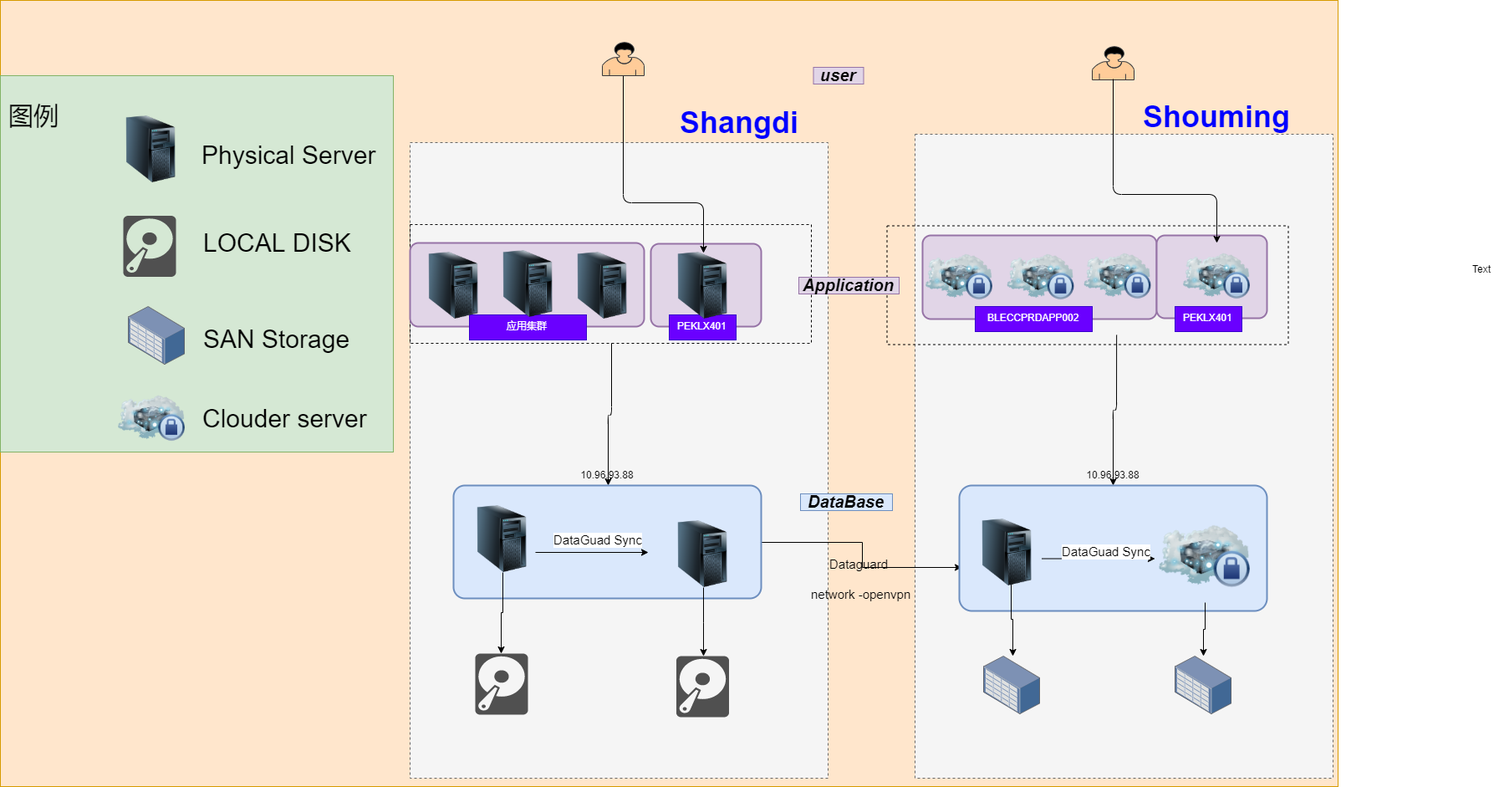
Before: ECC.png, a diagram exported from draw.io (qinghuiguo/my_python). Source tidied: cells renumbered, new cells last; positions are measured from the earlier drawing's top-left corner, leaving out a move shared by most shapes. The source it was exported from:
```xml
<mxGraphModel>
  <root>
    <mxCell id="0" />
    <mxCell id="1" parent="0" />
    <mxCell id="2" style="rounded=0;whiteSpace=wrap;html=1;strokeWidth=1;fillColor=#ffe6cc;strokeColor=#d79b00;" parent="1" vertex="1">
      <mxGeometry width="1600" height="940" as="geometry" />
    </mxCell>
    <mxCell id="3" style="rounded=0;whiteSpace=wrap;html=1;strokeWidth=1;fillColor=#d5e8d4;strokeColor=#82b366;" parent="1" vertex="1">
      <mxGeometry y="90" width="470" height="450" as="geometry" />
    </mxCell>
    <mxCell id="4" style="rounded=0;whiteSpace=wrap;html=1;dashed=1;strokeWidth=1;fillColor=#f5f5f5;strokeColor=#666666;fontColor=#333333;" parent="1" vertex="1">
      <mxGeometry x="1094" y="160" width="500" height="770" as="geometry" />
    </mxCell>
    <mxCell id="5" style="rounded=0;whiteSpace=wrap;html=1;dashed=1;strokeWidth=1;fillColor=#f5f5f5;strokeColor=#666666;fontColor=#333333;" parent="1" vertex="1">
      <mxGeometry x="490" y="170" width="500" height="760" as="geometry" />
    </mxCell>
    <mxCell id="6" style="rounded=0;whiteSpace=wrap;html=1;shadow=0;fillColor=none;fontSize=12;fontColor=#000000;align=center;dashed=1;" parent="1" vertex="1">
      <mxGeometry x="1060.5" y="269.5" width="480" height="142" as="geometry" />
    </mxCell>
    <mxCell id="7" style="rounded=1;arcSize=10;strokeWidth=2;fillColor=#e1d5e7;strokeColor=#9673a6;shadow=0;" parent="1" vertex="1">
      <mxGeometry x="1103" y="281" width="280" height="100" as="geometry" />
    </mxCell>
    <mxCell id="8" style="rounded=0;whiteSpace=wrap;html=1;shadow=0;fillColor=none;fontSize=12;fontColor=#000000;align=center;dashed=1;" parent="1" vertex="1">
      <mxGeometry x="490" y="268" width="480" height="142" as="geometry" />
    </mxCell>
    <mxCell id="9" style="edgeStyle=orthogonalEdgeStyle;rounded=1;jettySize=auto;html=1;fontSize=12;fontColor=#000000;entryX=0.5;entryY=0;entryDx=0;entryDy=0;" parent="1" edge="1" source="8" target="13">
      <mxGeometry relative="1" as="geometry" />
    </mxCell>
    <mxCell id="10" style="rounded=1;arcSize=10;strokeWidth=2;fillColor=#e1d5e7;strokeColor=#9673a6;shadow=0;" parent="1" vertex="1">
      <mxGeometry x="778" y="291" width="132" height="99" as="geometry" />
    </mxCell>
    <mxCell id="11" style="rounded=1;arcSize=10;strokeWidth=2;fillColor=#e1d5e7;strokeColor=#9673a6;shadow=0;" parent="1" vertex="1">
      <mxGeometry x="490" y="290" width="280" height="100" as="geometry" />
    </mxCell>
    <mxCell id="12" style="edgeStyle=orthogonalEdgeStyle;rounded=0;jettySize=auto;html=1;" parent="1" edge="1" source="13">
      <mxGeometry relative="1" as="geometry">
        <mxPoint x="1150" y="678" as="targetPoint" />
      </mxGeometry>
    </mxCell>
    <mxCell id="13" value="10.96.93.88" style="rounded=1;arcSize=10;strokeColor=#6c8ebf;fillColor=#dae8fc;strokeWidth=2;labelPosition=center;verticalLabelPosition=top;align=center;verticalAlign=bottom;" parent="1" vertex="1">
      <mxGeometry x="542" y="580" width="368" height="135" as="geometry" />
    </mxCell>
    <mxCell id="14" style="edgeStyle=orthogonalEdgeStyle;rounded=1;jettySize=auto;html=1;entryX=0.5;entryY=0;entryDx=0;entryDy=0;" parent="1" edge="1" source="15" target="50">
      <mxGeometry relative="1" as="geometry">
        <Array as="points">
          <mxPoint x="745" y="241" />
          <mxPoint x="840" y="241" />
        </Array>
      </mxGeometry>
    </mxCell>
    <mxCell id="15" style="shape=mxgraph.bpmn.user_task;html=1;outlineConnect=0;fillColor=#ffcc99;strokeColor=#36393d;" parent="1" vertex="1">
      <mxGeometry x="720" y="50" width="50" height="40" as="geometry" />
    </mxCell>
    <mxCell id="16" style="endArrow=classic;html=1;entryX=0;entryY=0.5;entryDx=0;entryDy=0;exitX=1;exitY=0.5;exitDx=0;exitDy=0;" parent="1" edge="1">
      <mxGeometry relative="1" as="geometry">
        <mxPoint x="640" y="660" as="sourcePoint" />
        <mxPoint x="775" y="660" as="targetPoint" />
      </mxGeometry>
    </mxCell>
    <mxCell id="17" value="&lt;font style=&quot;font-size: 15px&quot;&gt;DataGuad Sync&lt;/font&gt;" style="text;html=1;align=center;verticalAlign=middle;labelBackgroundColor=#ffffff;" parent="16" vertex="1">
      <mxGeometry x="-0.3" relative="1" as="geometry">
        <mxPoint x="25.5" y="-16" as="offset" />
      </mxGeometry>
    </mxCell>
    <mxCell id="18" value="应用集群" style="text;html=1;fillColor=#6a00ff;strokeColor=#3700CC;fontColor=#ffffff;align=center;" parent="1" vertex="1">
      <mxGeometry x="561" y="376" width="140" height="30" as="geometry" />
    </mxCell>
    <mxCell id="19" value="PEKLX401" style="text;html=1;fillColor=#6a00ff;strokeColor=#3700CC;fontColor=#ffffff;align=center;" parent="1" vertex="1">
      <mxGeometry x="800" y="376" width="80" height="30" as="geometry" />
    </mxCell>
    <mxCell id="20" style="edgeStyle=orthogonalEdgeStyle;rounded=1;jettySize=auto;html=1;fontSize=12;fontColor=#000000;" parent="1" edge="1" target="22">
      <mxGeometry relative="1" as="geometry">
        <mxPoint x="1335.1" y="400" as="sourcePoint" />
      </mxGeometry>
    </mxCell>
    <mxCell id="21" style="rounded=1;arcSize=10;strokeWidth=2;fillColor=#e1d5e7;strokeColor=#9673a6;shadow=0;" parent="1" vertex="1">
      <mxGeometry x="1383" y="281" width="132" height="99" as="geometry" />
    </mxCell>
    <mxCell id="22" value="10.96.93.88" style="rounded=1;arcSize=10;strokeColor=#6c8ebf;fillColor=#dae8fc;strokeWidth=2;labelPosition=center;verticalLabelPosition=top;align=center;verticalAlign=bottom;" parent="1" vertex="1">
      <mxGeometry x="1147" y="580" width="368" height="150" as="geometry" />
    </mxCell>
    <mxCell id="23" style="shape=mxgraph.bpmn.user_task;html=1;fillColor=#ffcc99;strokeColor=#36393d;" parent="1" vertex="1">
      <mxGeometry x="1306" y="55" width="50" height="40" as="geometry" />
    </mxCell>
    <mxCell id="24" style="edgeStyle=orthogonalEdgeStyle;rounded=0;jettySize=auto;html=1;" parent="1" edge="1" target="26">
      <mxGeometry relative="1" as="geometry">
        <mxPoint x="1209" y="697.5" as="sourcePoint" />
      </mxGeometry>
    </mxCell>
    <mxCell id="25" style="endArrow=classic;html=1;entryX=0;entryY=0.5;entryDx=0;entryDy=0;exitX=1;exitY=0.5;exitDx=0;exitDy=0;" parent="1" edge="1">
      <mxGeometry relative="1" as="geometry">
        <mxPoint x="1246" y="667.5" as="sourcePoint" />
        <mxPoint x="1381" y="667.5" as="targetPoint" />
      </mxGeometry>
    </mxCell>
    <mxCell id="26" style="points=[];html=1;align=center;shadow=0;dashed=0;image;image=img/lib/allied_telesis/storage/Datacenter_Server_Storage_Unit_Large.svg;" parent="1" vertex="1">
      <mxGeometry x="1176" y="784" width="68" height="70" as="geometry" />
    </mxCell>
    <mxCell id="27" style="points=[];html=1;align=center;shadow=0;dashed=0;image;image=img/lib/allied_telesis/storage/Datacenter_Server_Storage_Unit_Large.svg;" parent="1" vertex="1">
      <mxGeometry x="1405" y="784" width="68" height="70" as="geometry" />
    </mxCell>
    <mxCell id="28" value="BLECCPRDAPP002" style="text;html=1;fillColor=#6a00ff;strokeColor=#3700CC;fontColor=#ffffff;align=center;" parent="1" vertex="1">
      <mxGeometry x="1166" y="366" width="140" height="30" as="geometry" />
    </mxCell>
    <mxCell id="29" value="PEKLX401" style="text;html=1;fillColor=#6a00ff;strokeColor=#3700CC;fontColor=#ffffff;align=center;" parent="1" vertex="1">
      <mxGeometry x="1405" y="366" width="80" height="30" as="geometry" />
    </mxCell>
    <mxCell id="30" value="&lt;font style=&quot;font-size: 15px&quot;&gt;Dataguard&lt;/font&gt;" style="text;html=1;align=center;verticalAlign=middle;" parent="1" vertex="1">
      <mxGeometry x="982" y="664" width="90" height="20" as="geometry" />
    </mxCell>
    <mxCell id="31" value="&lt;font style=&quot;font-size: 15px&quot;&gt;network -openvpn&lt;/font&gt;" style="text;html=1;align=center;verticalAlign=middle;" parent="1" vertex="1">
      <mxGeometry x="964" y="700" width="130" height="20" as="geometry" />
    </mxCell>
    <mxCell id="32" style="shadow=0;dashed=0;html=1;strokeColor=none;fillColor=#505050;labelPosition=center;verticalLabelPosition=bottom;verticalAlign=top;outlineConnect=0;align=center;shape=mxgraph.office.devices.hard_disk;" parent="1" vertex="1">
      <mxGeometry x="568" y="781" width="63" height="73" as="geometry" />
    </mxCell>
    <mxCell id="33" value="&lt;font style=&quot;font-size: 30px&quot;&gt;SAN Storage&lt;/font&gt;" style="text;html=1;align=center;verticalAlign=middle;" parent="1" vertex="1">
      <mxGeometry x="235" y="390" width="190" height="30" as="geometry" />
    </mxCell>
    <mxCell id="34" style="shadow=0;dashed=0;html=1;strokeColor=none;fillColor=#505050;labelPosition=center;verticalLabelPosition=bottom;verticalAlign=top;outlineConnect=0;align=center;shape=mxgraph.office.devices.hard_disk;" parent="1" vertex="1">
      <mxGeometry x="808.5" y="784" width="63" height="73" as="geometry" />
    </mxCell>
    <mxCell id="35" style="edgeStyle=orthogonalEdgeStyle;rounded=0;jettySize=auto;html=1;exitX=0.5;exitY=1;exitDx=0;exitDy=0;" parent="1" edge="1" source="36" target="34">
      <mxGeometry relative="1" as="geometry" />
    </mxCell>
    <mxCell id="36" style="image;html=1;labelBackgroundColor=#ffffff;image=img/lib/clip_art/computers/Server_Tower_128x128.png;dashed=1;" parent="1" vertex="1">
      <mxGeometry x="800" y="622" width="80" height="80" as="geometry" />
    </mxCell>
    <mxCell id="37" style="edgeStyle=orthogonalEdgeStyle;rounded=0;jettySize=auto;html=1;exitX=0.5;exitY=1;exitDx=0;exitDy=0;" parent="1" edge="1" source="38" target="32">
      <mxGeometry relative="1" as="geometry" />
    </mxCell>
    <mxCell id="38" style="image;html=1;labelBackgroundColor=#ffffff;image=img/lib/clip_art/computers/Server_Tower_128x128.png;dashed=1;" parent="1" vertex="1">
      <mxGeometry x="560" y="604" width="80" height="80" as="geometry" />
    </mxCell>
    <mxCell id="39" value="&lt;font style=&quot;font-size: 15px&quot;&gt;DataGuad Sync&lt;/font&gt;" style="text;html=1;align=center;verticalAlign=middle;labelBackgroundColor=#ffffff;" parent="1" vertex="1">
      <mxGeometry x="1296.5" y="674" as="geometry">
        <mxPoint x="25.5" y="-16" as="offset" />
      </mxGeometry>
    </mxCell>
    <mxCell id="40" style="image;html=1;labelBackgroundColor=#ffffff;image=img/lib/clip_art/computers/Server_Tower_128x128.png;dashed=1;" parent="1" vertex="1">
      <mxGeometry x="1164" y="620" width="80" height="80" as="geometry" />
    </mxCell>
    <mxCell id="41" style="edgeStyle=orthogonalEdgeStyle;rounded=0;jettySize=auto;html=1;" parent="1" edge="1" source="42" target="27">
      <mxGeometry relative="1" as="geometry" />
    </mxCell>
    <mxCell id="42" style="image;html=1;labelBackgroundColor=#ffffff;image=img/lib/clip_art/networking/Cloud_Server_Private_128x128.png;dashed=1;" parent="1" vertex="1">
      <mxGeometry x="1386" y="610" width="109" height="110" as="geometry" />
    </mxCell>
    <mxCell id="43" value="&lt;i&gt;&lt;b&gt;&lt;font style=&quot;font-size: 20px&quot;&gt;Application&lt;/font&gt;&lt;/b&gt;&lt;/i&gt;" style="text;html=1;align=center;verticalAlign=middle;fillColor=#e1d5e7;strokeColor=#9673a6;" parent="1" vertex="1">
      <mxGeometry x="955" y="331" width="120" height="20" as="geometry" />
    </mxCell>
    <mxCell id="44" value="&lt;i&gt;&lt;b&gt;&lt;font style=&quot;font-size: 20px&quot;&gt;DataBase&lt;/font&gt;&lt;/b&gt;&lt;/i&gt;" style="text;html=1;align=center;verticalAlign=middle;fillColor=#dae8fc;strokeColor=#6c8ebf;" parent="1" vertex="1">
      <mxGeometry x="957" y="590" width="110" height="20" as="geometry" />
    </mxCell>
    <mxCell id="45" value="&lt;i&gt;&lt;b&gt;&lt;font style=&quot;font-size: 20px&quot;&gt;user&lt;/font&gt;&lt;/b&gt;&lt;/i&gt;" style="text;html=1;align=center;verticalAlign=middle;fillColor=#e1d5e7;strokeColor=#9673a6;" parent="1" vertex="1">
      <mxGeometry x="972.5" y="80" width="60" height="20" as="geometry" />
    </mxCell>
    <mxCell id="46" style="image;html=1;labelBackgroundColor=#ffffff;image=img/lib/clip_art/networking/Cloud_Server_Private_128x128.png;dashed=1;" parent="1" vertex="1">
      <mxGeometry x="1204.5" y="291" width="80" height="80" as="geometry" />
    </mxCell>
    <mxCell id="47" style="image;html=1;labelBackgroundColor=#ffffff;image=img/lib/clip_art/networking/Cloud_Server_Private_128x128.png;dashed=1;" parent="1" vertex="1">
      <mxGeometry x="1107" y="291" width="80" height="80" as="geometry" />
    </mxCell>
    <mxCell id="48" style="image;html=1;labelBackgroundColor=#ffffff;image=img/lib/clip_art/networking/Cloud_Server_Private_128x128.png;dashed=1;" parent="1" vertex="1">
      <mxGeometry x="1296.5" y="290" width="80" height="80" as="geometry" />
    </mxCell>
    <mxCell id="49" style="image;html=1;labelBackgroundColor=#ffffff;image=img/lib/clip_art/networking/Cloud_Server_Private_128x128.png;dashed=1;" parent="1" vertex="1">
      <mxGeometry x="1415" y="290" width="80" height="80" as="geometry" />
    </mxCell>
    <mxCell id="50" style="image;html=1;labelBackgroundColor=#ffffff;image=img/lib/clip_art/computers/Server_Tower_128x128.png;dashed=1;" parent="1" vertex="1">
      <mxGeometry x="800" y="301" width="80" height="80" as="geometry" />
    </mxCell>
    <mxCell id="51" style="image;html=1;labelBackgroundColor=#ffffff;image=img/lib/clip_art/computers/Server_Tower_128x128.png;dashed=1;" parent="1" vertex="1">
      <mxGeometry x="502" y="301" width="80" height="80" as="geometry" />
    </mxCell>
    <mxCell id="52" style="image;html=1;labelBackgroundColor=#ffffff;image=img/lib/clip_art/computers/Server_Tower_128x128.png;dashed=1;" parent="1" vertex="1">
      <mxGeometry x="680" y="301" width="80" height="80" as="geometry" />
    </mxCell>
    <mxCell id="53" style="image;html=1;labelBackgroundColor=#ffffff;image=img/lib/clip_art/computers/Server_Tower_128x128.png;dashed=1;" parent="1" vertex="1">
      <mxGeometry x="591" y="299" width="80" height="80" as="geometry" />
    </mxCell>
    <mxCell id="54" style="edgeStyle=orthogonalEdgeStyle;rounded=1;jettySize=auto;html=1;entryX=0.5;entryY=0;entryDx=0;entryDy=0;" parent="1" edge="1" target="49">
      <mxGeometry relative="1" as="geometry">
        <mxPoint x="1331" y="94.5" as="sourcePoint" />
        <Array as="points">
          <mxPoint x="1330" y="231" />
          <mxPoint x="1455" y="231" />
        </Array>
      </mxGeometry>
    </mxCell>
    <mxCell id="55" style="image;html=1;labelBackgroundColor=#ffffff;image=img/lib/clip_art/networking/Cloud_Server_Private_128x128.png;dashed=1;" parent="1" vertex="1">
      <mxGeometry x="141" y="460" width="80" height="80" as="geometry" />
    </mxCell>
    <mxCell id="56" value="&lt;font style=&quot;font-size: 30px&quot;&gt;Physical Server&lt;/font&gt;" style="text;html=1;align=center;verticalAlign=middle;" parent="1" vertex="1">
      <mxGeometry x="235" y="170" width="220" height="30" as="geometry" />
    </mxCell>
    <mxCell id="57" value="&lt;font style=&quot;font-size: 30px&quot;&gt;Clouder server&lt;/font&gt;" style="text;html=1;align=center;verticalAlign=middle;" parent="1" vertex="1">
      <mxGeometry x="235" y="485" width="210" height="30" as="geometry" />
    </mxCell>
    <mxCell id="58" style="html=1;align=center;shadow=0;dashed=0;image;image=img/lib/allied_telesis/storage/Datacenter_Server_Storage_Unit_Large.svg;" parent="1" vertex="1">
      <mxGeometry x="153" y="366" width="68" height="70" as="geometry" />
    </mxCell>
    <mxCell id="59" value="&lt;font style=&quot;font-size: 30px&quot;&gt;LOCAL DISK&lt;/font&gt;" style="text;html=1;align=center;verticalAlign=middle;strokeWidth=10;" parent="1" vertex="1">
      <mxGeometry x="235" y="275" width="190" height="30" as="geometry" />
    </mxCell>
    <mxCell id="60" style="shadow=0;dashed=0;html=1;strokeColor=none;fillColor=#505050;labelPosition=center;verticalLabelPosition=bottom;verticalAlign=top;align=center;shape=mxgraph.office.devices.hard_disk;" parent="1" vertex="1">
      <mxGeometry x="147" y="257.5" width="63" height="73" as="geometry" />
    </mxCell>
    <mxCell id="61" style="image;html=1;labelBackgroundColor=#ffffff;image=img/lib/clip_art/computers/Server_Tower_128x128.png;dashed=1;" parent="1" vertex="1">
      <mxGeometry x="140" y="138" width="80" height="80" as="geometry" />
    </mxCell>
    <mxCell id="62" value="&lt;font style=&quot;font-size: 30px&quot;&gt;图例&lt;/font&gt;" style="text;html=1;align=center;verticalAlign=middle;" parent="1" vertex="1">
      <mxGeometry y="123" width="80" height="30" as="geometry" />
    </mxCell>
    <mxCell id="63" style="edgeStyle=orthogonalEdgeStyle;rounded=0;orthogonalLoop=1;jettySize=auto;html=1;exitX=0.5;exitY=1;exitDx=0;exitDy=0;" parent="1" edge="1" source="3" target="3">
      <mxGeometry relative="1" as="geometry" />
    </mxCell>
    <mxCell id="64" value="&lt;font color=&quot;#0000ff&quot;&gt;&lt;span style=&quot;font-size: 36px&quot;&gt;&lt;b&gt;Shouming&lt;/b&gt;&lt;/span&gt;&lt;/font&gt;" style="text;html=1;align=center;verticalAlign=middle;" parent="1" vertex="1">
      <mxGeometry x="1360" y="123" width="190" height="30" as="geometry" />
    </mxCell>
    <mxCell id="65" value="&lt;font style=&quot;font-size: 36px&quot; color=&quot;#0000ff&quot;&gt;&lt;b&gt;Shangdi&lt;/b&gt;&lt;/font&gt;" style="text;html=1;align=center;verticalAlign=middle;" parent="1" vertex="1">
      <mxGeometry x="804" y="130" width="160" height="30" as="geometry" />
    </mxCell>
    <mxCell id="66" value="Text" style="text;html=1;align=center;verticalAlign=middle;" parent="1" vertex="1">
      <mxGeometry x="1752" y="311" width="40" height="20" as="geometry" />
    </mxCell>
  </root>
</mxGraphModel>
```
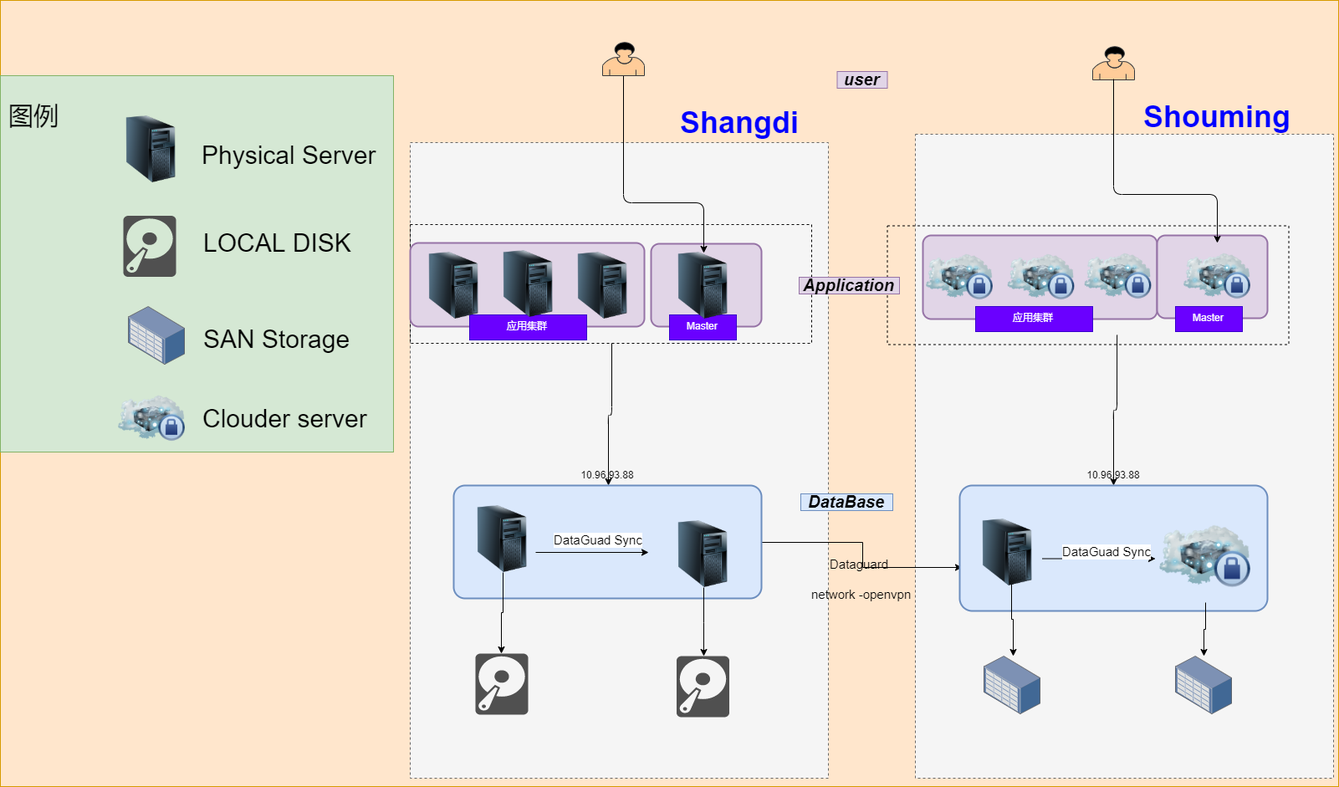
After the commit.

What changed in the source:
```diff
@@ -65,7 +65,7 @@
     <mxCell id="18" value="应用集群" style="text;html=1;fillColor=#6a00ff;strokeColor=#3700CC;fontColor=#ffffff;align=center;" parent="1" vertex="1">
       <mxGeometry x="561" y="376" width="140" height="30" as="geometry" />
     </mxCell>
-    <mxCell id="19" value="PEKLX401" style="text;html=1;fillColor=#6a00ff;strokeColor=#3700CC;fontColor=#ffffff;align=center;" parent="1" vertex="1">
+    <mxCell id="19" value="Master" style="text;html=1;fillColor=#6a00ff;strokeColor=#3700CC;fontColor=#ffffff;align=center;" parent="1" vertex="1">
       <mxGeometry x="800" y="376" width="80" height="30" as="geometry" />
     </mxCell>
     <mxCell id="20" style="edgeStyle=orthogonalEdgeStyle;rounded=1;jettySize=auto;html=1;fontSize=12;fontColor=#000000;" parent="1" edge="1" target="22">
@@ -99,10 +99,10 @@
     <mxCell id="27" style="points=[];html=1;align=center;shadow=0;dashed=0;image;image=img/lib/allied_telesis/storage/Datacenter_Server_Storage_Unit_Large.svg;" parent="1" vertex="1">
       <mxGeometry x="1405" y="784" width="68" height="70" as="geometry" />
     </mxCell>
-    <mxCell id="28" value="BLECCPRDAPP002" style="text;html=1;fillColor=#6a00ff;strokeColor=#3700CC;fontColor=#ffffff;align=center;" parent="1" vertex="1">
+    <mxCell id="28" value="应用集群" style="text;html=1;fillColor=#6a00ff;strokeColor=#3700CC;fontColor=#ffffff;align=center;" parent="1" vertex="1">
       <mxGeometry x="1166" y="366" width="140" height="30" as="geometry" />
     </mxCell>
-    <mxCell id="29" value="PEKLX401" style="text;html=1;fillColor=#6a00ff;strokeColor=#3700CC;fontColor=#ffffff;align=center;" parent="1" vertex="1">
+    <mxCell id="29" value="Master" style="text;html=1;fillColor=#6a00ff;strokeColor=#3700CC;fontColor=#ffffff;align=center;" parent="1" vertex="1">
       <mxGeometry x="1405" y="366" width="80" height="30" as="geometry" />
     </mxCell>
     <mxCell id="30" value="&lt;font style=&quot;font-size: 15px&quot;&gt;Dataguard&lt;/font&gt;" style="text;html=1;align=center;verticalAlign=middle;" parent="1" vertex="1">
@@ -153,7 +153,7 @@
       <mxGeometry x="957" y="590" width="110" height="20" as="geometry" />
     </mxCell>
     <mxCell id="45" value="&lt;i&gt;&lt;b&gt;&lt;font style=&quot;font-size: 20px&quot;&gt;user&lt;/font&gt;&lt;/b&gt;&lt;/i&gt;" style="text;html=1;align=center;verticalAlign=middle;fillColor=#e1d5e7;strokeColor=#9673a6;" parent="1" vertex="1">
-      <mxGeometry x="972.5" y="80" width="60" height="20" as="geometry" />
+      <mxGeometry x="1000.5" y="85" width="60" height="20" as="geometry" />
     </mxCell>
     <mxCell id="46" style="image;html=1;labelBackgroundColor=#ffffff;image=img/lib/clip_art/networking/Cloud_Server_Private_128x128.png;dashed=1;" parent="1" vertex="1">
       <mxGeometry x="1204.5" y="291" width="80" height="80" as="geometry" />
@@ -221,8 +221,5 @@
     <mxCell id="65" value="&lt;font style=&quot;font-size: 36px&quot; color=&quot;#0000ff&quot;&gt;&lt;b&gt;Shangdi&lt;/b&gt;&lt;/font&gt;" style="text;html=1;align=center;verticalAlign=middle;" parent="1" vertex="1">
       <mxGeometry x="804" y="130" width="160" height="30" as="geometry" />
     </mxCell>
-    <mxCell id="66" value="Text" style="text;html=1;align=center;verticalAlign=middle;" parent="1" vertex="1">
-      <mxGeometry x="1752" y="311" width="40" height="20" as="geometry" />
-    </mxCell>
   </root>
 </mxGraphModel>
```
